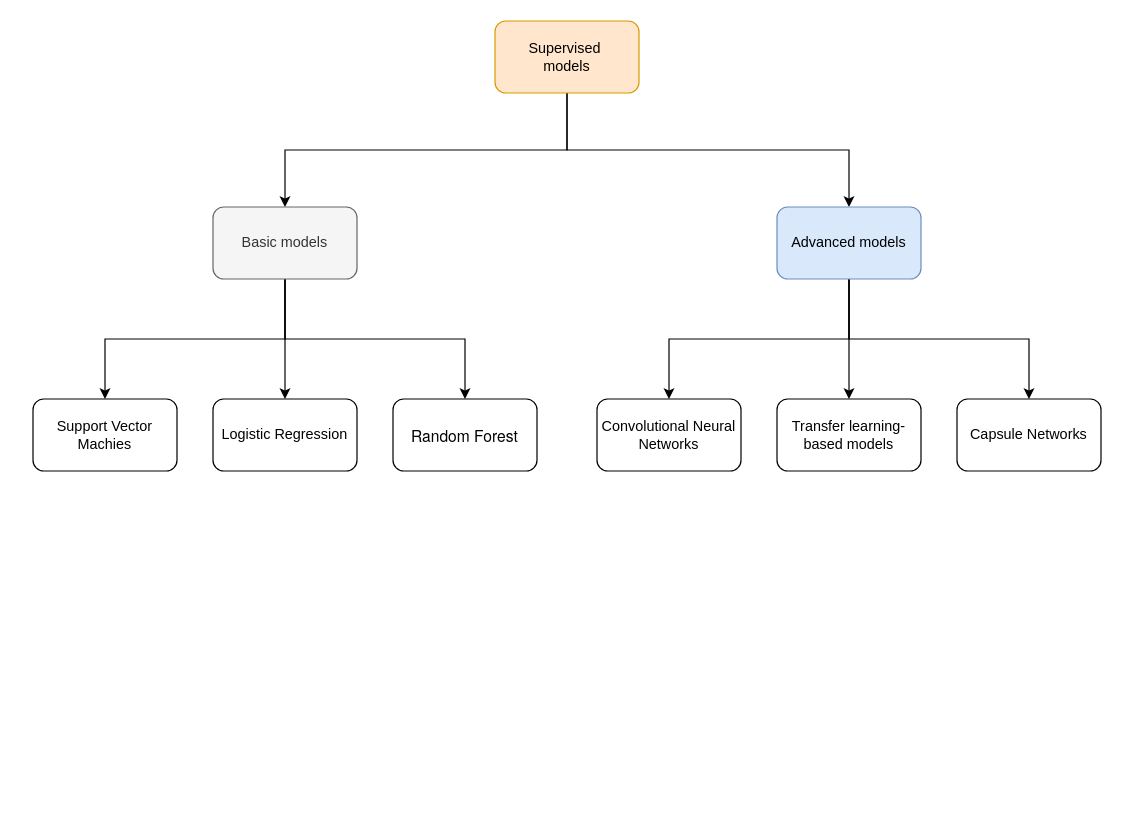
Earlier version of the draw.io diagram page "Supervised models" (2 of 3) of models/ds_covid19_modeling.drawio (rehabaam/ds_covid19_project). Source tidied: cells renumbered, new cells numbered last; positions are measured from the earlier drawing's top-left corner, leaving out a move shared by most shapes. Both pictures are drawn from the tidied source at 120%, with x=0, y=0 at pixel (32, 20).
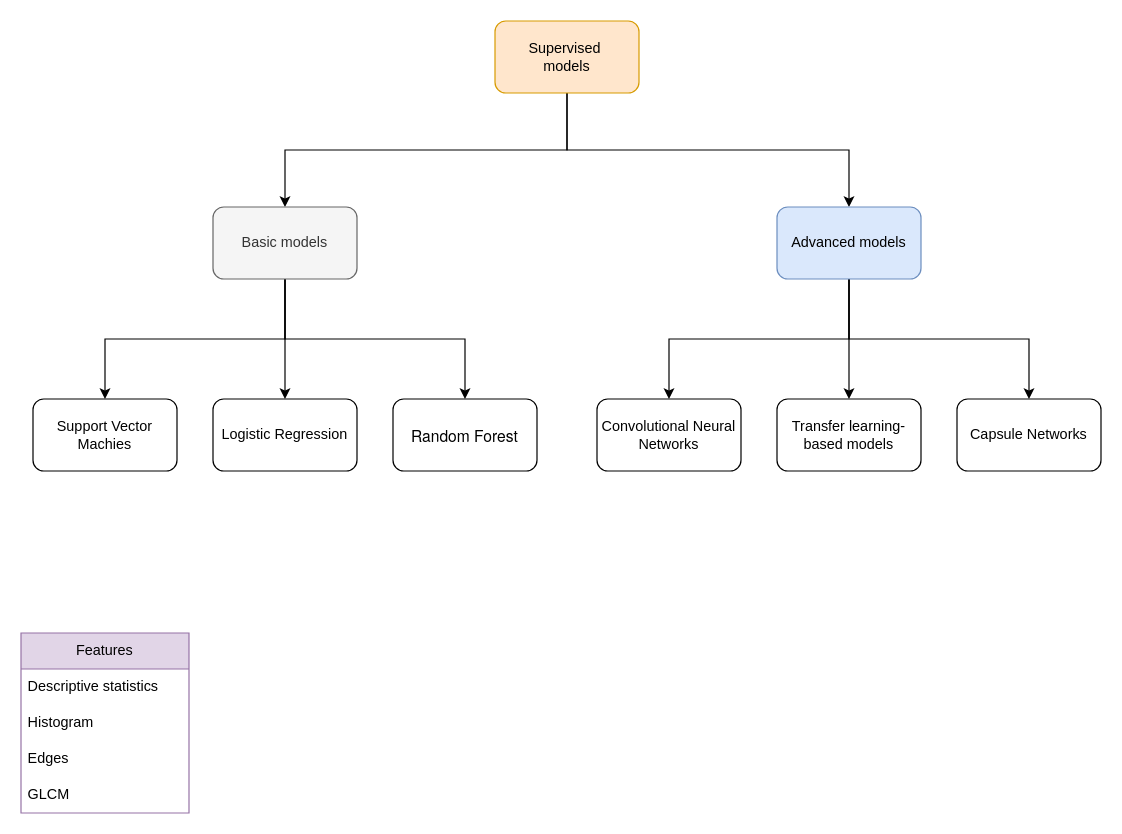
The same diagram, later.

Commit message:
chore(models): updating project models diagram

Change to the diagram source:
```diff
@@
+    <mxCell id="19" value="Features" style="swimlane;fontStyle=0;horizontal=1;startSize=30;whiteSpace=wrap;html=1;fillColor=#e1d5e7;strokeColor=#9673a6;" parent="1" vertex="1">
+      <mxGeometry x="-10" y="510" width="140" height="150" as="geometry" />
+    </mxCell>
+    <mxCell id="20" value="Descriptive statistics" style="text;strokeColor=none;fillColor=none;align=left;verticalAlign=middle;spacingLeft=4;spacingRight=4;overflow=hidden;whiteSpace=wrap;html=1;" parent="19" vertex="1">
+      <mxGeometry y="30" width="140" height="30" as="geometry" />
+    </mxCell>
+    <mxCell id="21" value="Histogram" style="text;strokeColor=none;fillColor=none;align=left;verticalAlign=middle;spacingLeft=4;spacingRight=4;overflow=hidden;whiteSpace=wrap;html=1;" parent="19" vertex="1">
+      <mxGeometry y="60" width="140" height="30" as="geometry" />
+    </mxCell>
+    <mxCell id="22" value="Edges" style="text;strokeColor=none;fillColor=none;align=left;verticalAlign=middle;spacingLeft=4;spacingRight=4;overflow=hidden;whiteSpace=wrap;html=1;" parent="19" vertex="1">
+      <mxGeometry y="90" width="140" height="30" as="geometry" />
+    </mxCell>
+    <mxCell id="23" value="GLCM" style="text;strokeColor=none;fillColor=none;align=left;verticalAlign=middle;spacingLeft=4;spacingRight=4;overflow=hidden;whiteSpace=wrap;html=1;" parent="19" vertex="1">
+      <mxGeometry y="120" width="140" height="30" as="geometry" />
+    </mxCell>
```
